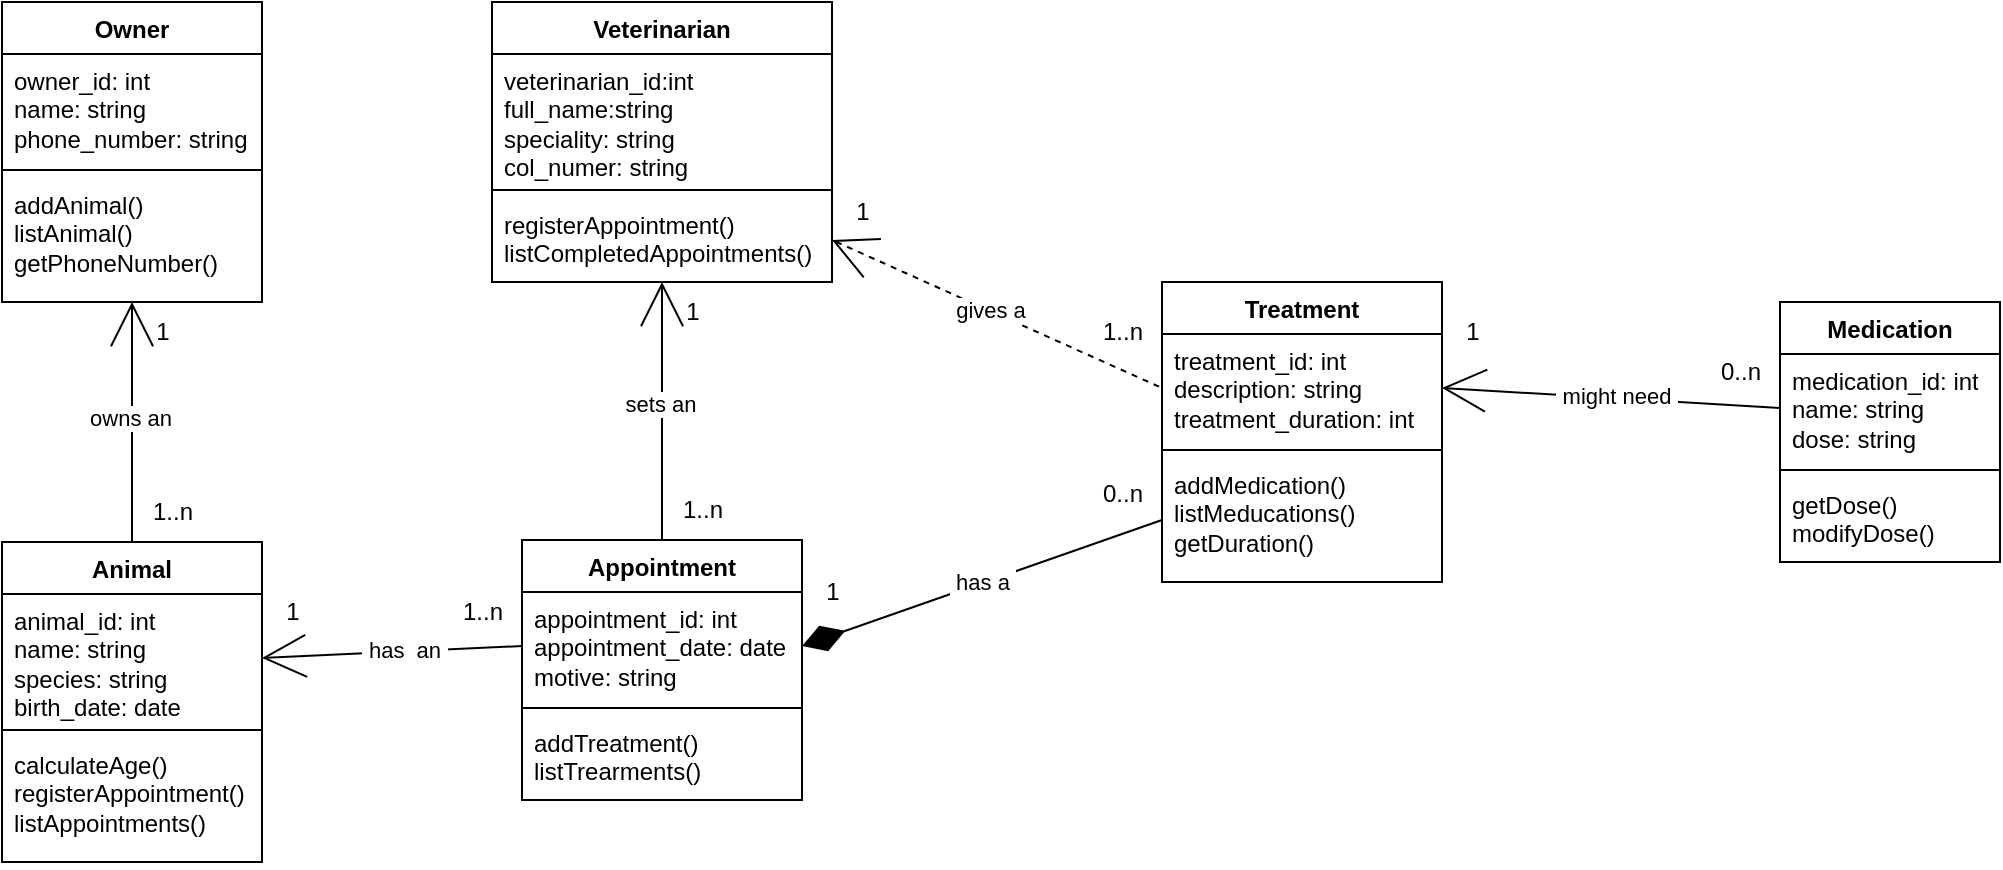
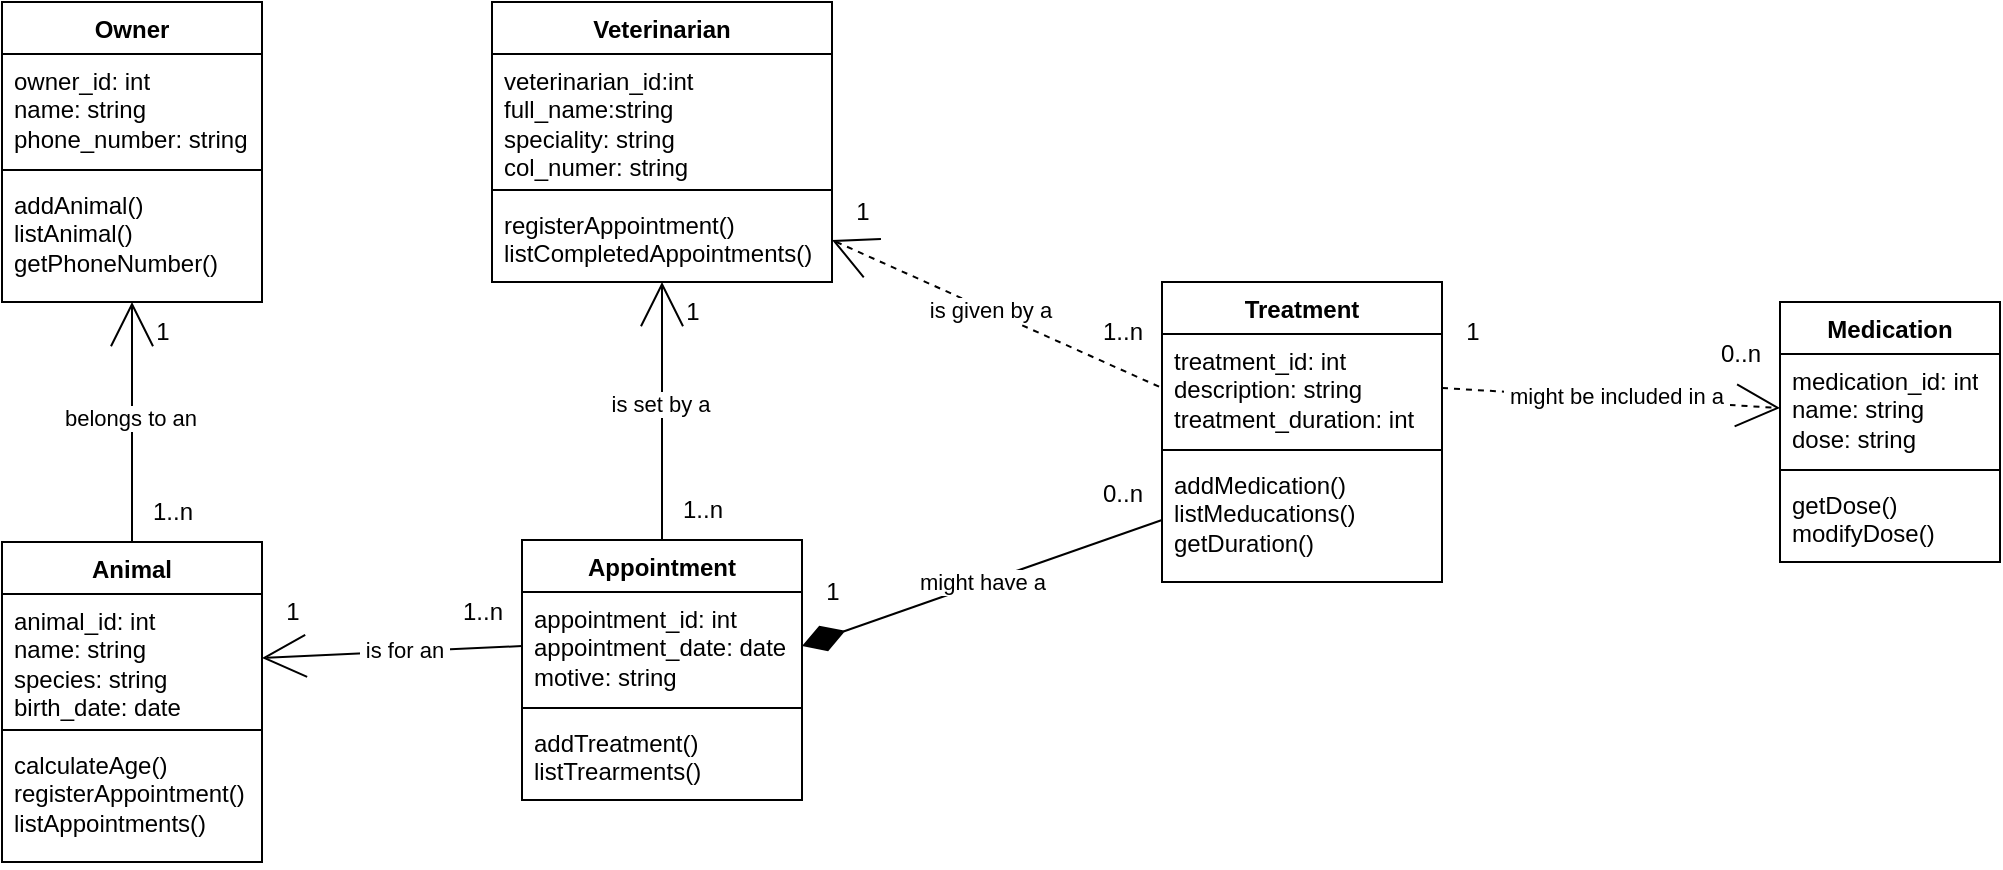
<mxfile host="65bd71144e">
    <diagram id="axSVuwfVg5h1MU_4vewx" name="Page-1">
-         <mxGraphModel dx="699" dy="787" grid="1" gridSize="10" guides="1" tooltips="1" connect="1" arrows="1" fold="1" page="1" pageScale="1" pageWidth="1169" pageHeight="827" math="0" shadow="0">
+         <mxGraphModel dx="1177" dy="787" grid="1" gridSize="10" guides="1" tooltips="1" connect="1" arrows="1" fold="1" page="1" pageScale="1" pageWidth="1169" pageHeight="827" math="0" shadow="0">
            <root>
                <mxCell id="0"/>
                <mxCell id="1" parent="0"/>
-                 <mxCell id="42" style="edgeStyle=none;html=1;entryX=0.5;entryY=0;entryDx=0;entryDy=0;endArrow=none;endFill=0;startArrow=open;startFill=0;startSize=20;" edge="1" parent="1" source="2" target="19">
+                 <mxCell id="42" style="edgeStyle=none;html=1;entryX=0.5;entryY=0;entryDx=0;entryDy=0;endArrow=none;endFill=0;startArrow=open;startFill=0;startSize=20;" parent="1" source="2" target="19" edge="1">
                    <mxGeometry relative="1" as="geometry"/>
                </mxCell>
-                 <mxCell id="43" value="&amp;nbsp;owns an&amp;nbsp;" style="edgeLabel;html=1;align=center;verticalAlign=middle;resizable=0;points=[];" vertex="1" connectable="0" parent="42">
+                 <mxCell id="43" value="&amp;nbsp;belongs to an&amp;nbsp;" style="edgeLabel;html=1;align=center;verticalAlign=middle;resizable=0;points=[];" parent="42" vertex="1" connectable="0">
                    <mxGeometry x="-0.0333" y="-1" relative="1" as="geometry">
                        <mxPoint as="offset"/>
                    </mxGeometry>
                </mxCell>
                <mxCell id="2" value="Owner" style="swimlane;fontStyle=1;align=center;verticalAlign=top;childLayout=stackLayout;horizontal=1;startSize=26;horizontalStack=0;resizeParent=1;resizeParentMax=0;resizeLast=0;collapsible=1;marginBottom=0;whiteSpace=wrap;html=1;" parent="1" vertex="1">
                    <mxGeometry x="85" y="199" width="130" height="150" as="geometry"/>
                </mxCell>
                <mxCell id="3" value="owner_id: int&lt;div&gt;name: string&lt;/div&gt;&lt;div&gt;phone_number: string&lt;/div&gt;" style="text;strokeColor=none;fillColor=none;align=left;verticalAlign=top;spacingLeft=4;spacingRight=4;overflow=hidden;rotatable=0;points=[[0,0.5],[1,0.5]];portConstraint=eastwest;whiteSpace=wrap;html=1;" parent="2" vertex="1">
                    <mxGeometry y="26" width="130" height="54" as="geometry"/>
                </mxCell>
                <mxCell id="4" value="" style="line;strokeWidth=1;fillColor=none;align=left;verticalAlign=middle;spacingTop=-1;spacingLeft=3;spacingRight=3;rotatable=0;labelPosition=right;points=[];portConstraint=eastwest;strokeColor=inherit;" parent="2" vertex="1">
                    <mxGeometry y="80" width="130" height="8" as="geometry"/>
                </mxCell>
                <mxCell id="5" value="addAnimal()&lt;div&gt;listAnimal()&lt;/div&gt;&lt;div&gt;getPhoneNumber()&lt;/div&gt;" style="text;strokeColor=none;fillColor=none;align=left;verticalAlign=top;spacingLeft=4;spacingRight=4;overflow=hidden;rotatable=0;points=[[0,0.5],[1,0.5]];portConstraint=eastwest;whiteSpace=wrap;html=1;" parent="2" vertex="1">
                    <mxGeometry y="88" width="130" height="62" as="geometry"/>
                </mxCell>
-                 <mxCell id="46" style="edgeStyle=none;html=1;entryX=0.5;entryY=0;entryDx=0;entryDy=0;endArrow=none;endFill=0;startArrow=open;startFill=0;endSize=20;startSize=20;" edge="1" parent="1" source="6" target="31">
+                 <mxCell id="46" style="edgeStyle=none;html=1;entryX=0.5;entryY=0;entryDx=0;entryDy=0;endArrow=none;endFill=0;startArrow=open;startFill=0;endSize=20;startSize=20;" parent="1" source="6" target="31" edge="1">
                    <mxGeometry relative="1" as="geometry"/>
                </mxCell>
-                 <mxCell id="47" value="&amp;nbsp;sets an&amp;nbsp;" style="edgeLabel;html=1;align=center;verticalAlign=middle;resizable=0;points=[];" vertex="1" connectable="0" parent="46">
+                 <mxCell id="47" value="&amp;nbsp;is set by a&amp;nbsp;" style="edgeLabel;html=1;align=center;verticalAlign=middle;resizable=0;points=[];" parent="46" vertex="1" connectable="0">
                    <mxGeometry x="-0.0594" y="-1" relative="1" as="geometry">
                        <mxPoint as="offset"/>
                    </mxGeometry>
                </mxCell>
                <mxCell id="6" value="Veterinarian" style="swimlane;fontStyle=1;align=center;verticalAlign=top;childLayout=stackLayout;horizontal=1;startSize=26;horizontalStack=0;resizeParent=1;resizeParentMax=0;resizeLast=0;collapsible=1;marginBottom=0;whiteSpace=wrap;html=1;" parent="1" vertex="1">
                    <mxGeometry x="330" y="199" width="170" height="140" as="geometry"/>
                </mxCell>
                <mxCell id="7" value="veterinarian_id:int&lt;div&gt;full_name:string&lt;/div&gt;&lt;div&gt;speciality: string&lt;/div&gt;&lt;div&gt;col_numer: string&lt;/div&gt;" style="text;strokeColor=none;fillColor=none;align=left;verticalAlign=top;spacingLeft=4;spacingRight=4;overflow=hidden;rotatable=0;points=[[0,0.5],[1,0.5]];portConstraint=eastwest;whiteSpace=wrap;html=1;" parent="6" vertex="1">
                    <mxGeometry y="26" width="170" height="64" as="geometry"/>
                </mxCell>
                <mxCell id="8" value="" style="line;strokeWidth=1;fillColor=none;align=left;verticalAlign=middle;spacingTop=-1;spacingLeft=3;spacingRight=3;rotatable=0;labelPosition=right;points=[];portConstraint=eastwest;strokeColor=inherit;" parent="6" vertex="1">
                    <mxGeometry y="90" width="170" height="8" as="geometry"/>
                </mxCell>
                <mxCell id="9" value="registerAppointment()&lt;div&gt;listCompletedAppointments()&lt;/div&gt;" style="text;strokeColor=none;fillColor=none;align=left;verticalAlign=top;spacingLeft=4;spacingRight=4;overflow=hidden;rotatable=0;points=[[0,0.5],[1,0.5]];portConstraint=eastwest;whiteSpace=wrap;html=1;" parent="6" vertex="1">
                    <mxGeometry y="98" width="170" height="42" as="geometry"/>
                </mxCell>
                <mxCell id="15" value="Treatment" style="swimlane;fontStyle=1;align=center;verticalAlign=top;childLayout=stackLayout;horizontal=1;startSize=26;horizontalStack=0;resizeParent=1;resizeParentMax=0;resizeLast=0;collapsible=1;marginBottom=0;whiteSpace=wrap;html=1;" parent="1" vertex="1">
                    <mxGeometry x="665" y="339" width="140" height="150" as="geometry"/>
                </mxCell>
                <mxCell id="16" value="treatment_id: int&lt;div&gt;description: string&lt;/div&gt;&lt;div&gt;treatment_duration: int&lt;/div&gt;" style="text;strokeColor=none;fillColor=none;align=left;verticalAlign=top;spacingLeft=4;spacingRight=4;overflow=hidden;rotatable=0;points=[[0,0.5],[1,0.5]];portConstraint=eastwest;whiteSpace=wrap;html=1;" parent="15" vertex="1">
                    <mxGeometry y="26" width="140" height="54" as="geometry"/>
                </mxCell>
                <mxCell id="17" value="" style="line;strokeWidth=1;fillColor=none;align=left;verticalAlign=middle;spacingTop=-1;spacingLeft=3;spacingRight=3;rotatable=0;labelPosition=right;points=[];portConstraint=eastwest;strokeColor=inherit;" parent="15" vertex="1">
                    <mxGeometry y="80" width="140" height="8" as="geometry"/>
                </mxCell>
                <mxCell id="18" value="addMedication()&lt;div&gt;listMeducations()&lt;/div&gt;&lt;div&gt;getDuration()&lt;/div&gt;" style="text;strokeColor=none;fillColor=none;align=left;verticalAlign=top;spacingLeft=4;spacingRight=4;overflow=hidden;rotatable=0;points=[[0,0.5],[1,0.5]];portConstraint=eastwest;whiteSpace=wrap;html=1;" parent="15" vertex="1">
                    <mxGeometry y="88" width="140" height="62" as="geometry"/>
                </mxCell>
                <mxCell id="19" value="Animal" style="swimlane;fontStyle=1;align=center;verticalAlign=top;childLayout=stackLayout;horizontal=1;startSize=26;horizontalStack=0;resizeParent=1;resizeParentMax=0;resizeLast=0;collapsible=1;marginBottom=0;whiteSpace=wrap;html=1;" parent="1" vertex="1">
                    <mxGeometry x="85" y="469" width="130" height="160" as="geometry"/>
                </mxCell>
                <mxCell id="20" value="animal_id: int&lt;div&gt;name: string&lt;/div&gt;&lt;div&gt;species: string&lt;/div&gt;&lt;div&gt;birth_date: date&lt;/div&gt;" style="text;strokeColor=none;fillColor=none;align=left;verticalAlign=top;spacingLeft=4;spacingRight=4;overflow=hidden;rotatable=0;points=[[0,0.5],[1,0.5]];portConstraint=eastwest;whiteSpace=wrap;html=1;" parent="19" vertex="1">
                    <mxGeometry y="26" width="130" height="64" as="geometry"/>
                </mxCell>
                <mxCell id="21" value="" style="line;strokeWidth=1;fillColor=none;align=left;verticalAlign=middle;spacingTop=-1;spacingLeft=3;spacingRight=3;rotatable=0;labelPosition=right;points=[];portConstraint=eastwest;strokeColor=inherit;" parent="19" vertex="1">
                    <mxGeometry y="90" width="130" height="8" as="geometry"/>
                </mxCell>
                <mxCell id="22" value="calculateAge()&lt;div&gt;registerAppointment()&lt;/div&gt;&lt;div&gt;listAppointments()&lt;/div&gt;" style="text;strokeColor=none;fillColor=none;align=left;verticalAlign=top;spacingLeft=4;spacingRight=4;overflow=hidden;rotatable=0;points=[[0,0.5],[1,0.5]];portConstraint=eastwest;whiteSpace=wrap;html=1;" parent="19" vertex="1">
                    <mxGeometry y="98" width="130" height="62" as="geometry"/>
                </mxCell>
                <mxCell id="23" value="Medication" style="swimlane;fontStyle=1;align=center;verticalAlign=top;childLayout=stackLayout;horizontal=1;startSize=26;horizontalStack=0;resizeParent=1;resizeParentMax=0;resizeLast=0;collapsible=1;marginBottom=0;whiteSpace=wrap;html=1;swimlaneFillColor=none;" parent="1" vertex="1">
                    <mxGeometry x="974" y="349" width="110" height="130" as="geometry"/>
                </mxCell>
                <mxCell id="24" value="medication_id: int&lt;div&gt;name: string&lt;/div&gt;&lt;div&gt;dose: string&lt;/div&gt;" style="text;align=left;verticalAlign=top;spacingLeft=4;spacingRight=4;overflow=hidden;rotatable=0;points=[[0,0.5],[1,0.5]];portConstraint=eastwest;whiteSpace=wrap;html=1;" parent="23" vertex="1">
                    <mxGeometry y="26" width="110" height="54" as="geometry"/>
                </mxCell>
                <mxCell id="25" value="" style="line;strokeWidth=1;fillColor=none;align=left;verticalAlign=middle;spacingTop=-1;spacingLeft=3;spacingRight=3;rotatable=0;labelPosition=right;points=[];portConstraint=eastwest;strokeColor=inherit;" parent="23" vertex="1">
                    <mxGeometry y="80" width="110" height="8" as="geometry"/>
                </mxCell>
                <mxCell id="26" value="getDose()&lt;div&gt;modifyDose()&lt;/div&gt;" style="text;strokeColor=none;fillColor=none;align=left;verticalAlign=top;spacingLeft=4;spacingRight=4;overflow=hidden;rotatable=0;points=[[0,0.5],[1,0.5]];portConstraint=eastwest;whiteSpace=wrap;html=1;" parent="23" vertex="1">
                    <mxGeometry y="88" width="110" height="42" as="geometry"/>
                </mxCell>
                <mxCell id="31" value="Appointment" style="swimlane;fontStyle=1;align=center;verticalAlign=top;childLayout=stackLayout;horizontal=1;startSize=26;horizontalStack=0;resizeParent=1;resizeParentMax=0;resizeLast=0;collapsible=1;marginBottom=0;whiteSpace=wrap;html=1;" parent="1" vertex="1">
                    <mxGeometry x="345" y="468" width="140" height="130" as="geometry"/>
                </mxCell>
                <mxCell id="32" value="appointment_id: int&lt;div&gt;appointment_date: date&lt;/div&gt;&lt;div&gt;motive: string&lt;/div&gt;" style="text;strokeColor=none;fillColor=none;align=left;verticalAlign=top;spacingLeft=4;spacingRight=4;overflow=hidden;rotatable=0;points=[[0,0.5],[1,0.5]];portConstraint=eastwest;whiteSpace=wrap;html=1;" parent="31" vertex="1">
                    <mxGeometry y="26" width="140" height="54" as="geometry"/>
                </mxCell>
                <mxCell id="33" value="" style="line;strokeWidth=1;fillColor=none;align=left;verticalAlign=middle;spacingTop=-1;spacingLeft=3;spacingRight=3;rotatable=0;labelPosition=right;points=[];portConstraint=eastwest;strokeColor=inherit;" parent="31" vertex="1">
                    <mxGeometry y="80" width="140" height="8" as="geometry"/>
                </mxCell>
                <mxCell id="34" value="addTreatment()&lt;div&gt;listTrearments()&lt;/div&gt;" style="text;strokeColor=none;fillColor=none;align=left;verticalAlign=top;spacingLeft=4;spacingRight=4;overflow=hidden;rotatable=0;points=[[0,0.5],[1,0.5]];portConstraint=eastwest;whiteSpace=wrap;html=1;" parent="31" vertex="1">
                    <mxGeometry y="88" width="140" height="42" as="geometry"/>
                </mxCell>
-                 <mxCell id="44" value="1" style="text;html=1;align=center;verticalAlign=middle;resizable=0;points=[];autosize=1;strokeColor=none;fillColor=none;" vertex="1" parent="1">
+                 <mxCell id="44" value="1" style="text;html=1;align=center;verticalAlign=middle;resizable=0;points=[];autosize=1;strokeColor=none;fillColor=none;" parent="1" vertex="1">
                    <mxGeometry x="150" y="349" width="30" height="30" as="geometry"/>
                </mxCell>
-                 <mxCell id="45" value="1..n" style="text;html=1;align=center;verticalAlign=middle;resizable=0;points=[];autosize=1;strokeColor=none;fillColor=none;" vertex="1" parent="1">
+                 <mxCell id="45" value="1..n" style="text;html=1;align=center;verticalAlign=middle;resizable=0;points=[];autosize=1;strokeColor=none;fillColor=none;" parent="1" vertex="1">
                    <mxGeometry x="150" y="439" width="40" height="30" as="geometry"/>
                </mxCell>
-                 <mxCell id="50" style="edgeStyle=none;html=1;exitX=1;exitY=0.5;exitDx=0;exitDy=0;entryX=0;entryY=0.5;entryDx=0;entryDy=0;endArrow=none;endFill=0;startArrow=open;startFill=0;startSize=20;endSize=6;" edge="1" parent="1" source="20" target="32">
+                 <mxCell id="50" style="edgeStyle=none;html=1;exitX=1;exitY=0.5;exitDx=0;exitDy=0;entryX=0;entryY=0.5;entryDx=0;entryDy=0;endArrow=none;endFill=0;startArrow=open;startFill=0;startSize=20;endSize=6;" parent="1" source="20" target="32" edge="1">
                    <mxGeometry relative="1" as="geometry"/>
                </mxCell>
-                 <mxCell id="52" value="&amp;nbsp;has&amp;nbsp; an&amp;nbsp;" style="edgeLabel;html=1;align=center;verticalAlign=middle;resizable=0;points=[];" vertex="1" connectable="0" parent="50">
+                 <mxCell id="52" value="&amp;nbsp;is for an&amp;nbsp;" style="edgeLabel;html=1;align=center;verticalAlign=middle;resizable=0;points=[];" parent="50" vertex="1" connectable="0">
                    <mxGeometry x="0.0826" y="1" relative="1" as="geometry">
                        <mxPoint as="offset"/>
                    </mxGeometry>
                </mxCell>
-                 <mxCell id="53" value="1" style="text;html=1;align=center;verticalAlign=middle;resizable=0;points=[];autosize=1;strokeColor=none;fillColor=none;" vertex="1" parent="1">
+                 <mxCell id="53" value="1" style="text;html=1;align=center;verticalAlign=middle;resizable=0;points=[];autosize=1;strokeColor=none;fillColor=none;" parent="1" vertex="1">
                    <mxGeometry x="215" y="489" width="30" height="30" as="geometry"/>
                </mxCell>
-                 <mxCell id="54" value="1..n" style="text;html=1;align=center;verticalAlign=middle;resizable=0;points=[];autosize=1;strokeColor=none;fillColor=none;" vertex="1" parent="1">
+                 <mxCell id="54" value="1..n" style="text;html=1;align=center;verticalAlign=middle;resizable=0;points=[];autosize=1;strokeColor=none;fillColor=none;" parent="1" vertex="1">
                    <mxGeometry x="305" y="489" width="40" height="30" as="geometry"/>
                </mxCell>
-                 <mxCell id="55" value="1" style="text;html=1;align=center;verticalAlign=middle;resizable=0;points=[];autosize=1;strokeColor=none;fillColor=none;" vertex="1" parent="1">
+                 <mxCell id="55" value="1" style="text;html=1;align=center;verticalAlign=middle;resizable=0;points=[];autosize=1;strokeColor=none;fillColor=none;" parent="1" vertex="1">
                    <mxGeometry x="415" y="339" width="30" height="30" as="geometry"/>
                </mxCell>
-                 <mxCell id="56" value="1..n" style="text;html=1;align=center;verticalAlign=middle;resizable=0;points=[];autosize=1;strokeColor=none;fillColor=none;" vertex="1" parent="1">
+                 <mxCell id="56" value="1..n" style="text;html=1;align=center;verticalAlign=middle;resizable=0;points=[];autosize=1;strokeColor=none;fillColor=none;" parent="1" vertex="1">
                    <mxGeometry x="415" y="438" width="40" height="30" as="geometry"/>
                </mxCell>
-                 <mxCell id="57" style="edgeStyle=none;html=1;exitX=1;exitY=0.5;exitDx=0;exitDy=0;entryX=0;entryY=0.5;entryDx=0;entryDy=0;endArrow=none;endFill=0;startArrow=open;startFill=0;dashed=1;startSize=20;" edge="1" parent="1" source="9" target="16">
+                 <mxCell id="57" style="edgeStyle=none;html=1;exitX=1;exitY=0.5;exitDx=0;exitDy=0;entryX=0;entryY=0.5;entryDx=0;entryDy=0;endArrow=none;endFill=0;startArrow=open;startFill=0;dashed=1;startSize=20;" parent="1" source="9" target="16" edge="1">
                    <mxGeometry relative="1" as="geometry"/>
                </mxCell>
-                 <mxCell id="59" value="&amp;nbsp;gives a&amp;nbsp;" style="edgeLabel;html=1;align=center;verticalAlign=middle;resizable=0;points=[];" vertex="1" connectable="0" parent="57">
+                 <mxCell id="59" value="&amp;nbsp;is given by a&amp;nbsp;" style="edgeLabel;html=1;align=center;verticalAlign=middle;resizable=0;points=[];" parent="57" vertex="1" connectable="0">
                    <mxGeometry x="-0.0491" y="1" relative="1" as="geometry">
                        <mxPoint as="offset"/>
                    </mxGeometry>
                </mxCell>
-                 <mxCell id="58" style="edgeStyle=none;html=1;exitX=1;exitY=0.5;exitDx=0;exitDy=0;entryX=0;entryY=0.5;entryDx=0;entryDy=0;endArrow=none;endFill=0;startArrow=diamondThin;startFill=1;endSize=6;startSize=20;" edge="1" parent="1" source="32" target="18">
+                 <mxCell id="58" style="edgeStyle=none;html=1;exitX=1;exitY=0.5;exitDx=0;exitDy=0;entryX=0;entryY=0.5;entryDx=0;entryDy=0;endArrow=none;endFill=0;startArrow=diamondThin;startFill=1;endSize=6;startSize=20;" parent="1" source="32" target="18" edge="1">
                    <mxGeometry relative="1" as="geometry"/>
                </mxCell>
-                 <mxCell id="60" value="&amp;nbsp;has a&amp;nbsp;" style="edgeLabel;html=1;align=center;verticalAlign=middle;resizable=0;points=[];" vertex="1" connectable="0" parent="58">
+                 <mxCell id="60" value="&amp;nbsp;might have a&amp;nbsp;" style="edgeLabel;html=1;align=center;verticalAlign=middle;resizable=0;points=[];" parent="58" vertex="1" connectable="0">
                    <mxGeometry x="0.0036" relative="1" as="geometry">
                        <mxPoint y="-1" as="offset"/>
                    </mxGeometry>
                </mxCell>
-                 <mxCell id="61" value="0..n" style="text;html=1;align=center;verticalAlign=middle;resizable=0;points=[];autosize=1;strokeColor=none;fillColor=none;" vertex="1" parent="1">
+                 <mxCell id="61" value="0..n" style="text;html=1;align=center;verticalAlign=middle;resizable=0;points=[];autosize=1;strokeColor=none;fillColor=none;" parent="1" vertex="1">
                    <mxGeometry x="625" y="430" width="40" height="30" as="geometry"/>
                </mxCell>
-                 <mxCell id="62" value="1" style="text;html=1;align=center;verticalAlign=middle;resizable=0;points=[];autosize=1;strokeColor=none;fillColor=none;" vertex="1" parent="1">
+                 <mxCell id="62" value="1" style="text;html=1;align=center;verticalAlign=middle;resizable=0;points=[];autosize=1;strokeColor=none;fillColor=none;" parent="1" vertex="1">
                    <mxGeometry x="485" y="479" width="30" height="30" as="geometry"/>
                </mxCell>
-                 <mxCell id="63" value="1" style="text;html=1;align=center;verticalAlign=middle;resizable=0;points=[];autosize=1;strokeColor=none;fillColor=none;" vertex="1" parent="1">
+                 <mxCell id="63" value="1" style="text;html=1;align=center;verticalAlign=middle;resizable=0;points=[];autosize=1;strokeColor=none;fillColor=none;" parent="1" vertex="1">
                    <mxGeometry x="500" y="289" width="30" height="30" as="geometry"/>
                </mxCell>
-                 <mxCell id="64" value="1..n" style="text;html=1;align=center;verticalAlign=middle;resizable=0;points=[];autosize=1;strokeColor=none;fillColor=none;" vertex="1" parent="1">
+                 <mxCell id="64" value="1..n" style="text;html=1;align=center;verticalAlign=middle;resizable=0;points=[];autosize=1;strokeColor=none;fillColor=none;" parent="1" vertex="1">
                    <mxGeometry x="625" y="349" width="40" height="30" as="geometry"/>
                </mxCell>
-                 <mxCell id="66" style="edgeStyle=none;html=1;exitX=1;exitY=0.5;exitDx=0;exitDy=0;entryX=0;entryY=0.5;entryDx=0;entryDy=0;endArrow=none;endFill=0;startArrow=open;startFill=0;startSize=20;" edge="1" parent="1" source="16" target="24">
+                 <mxCell id="66" style="edgeStyle=none;html=1;exitX=1;exitY=0.5;exitDx=0;exitDy=0;entryX=0;entryY=0.5;entryDx=0;entryDy=0;endArrow=open;endFill=0;startArrow=none;startFill=0;startSize=20;endSize=20;dashed=1;" parent="1" source="16" target="24" edge="1">
                    <mxGeometry relative="1" as="geometry"/>
                </mxCell>
-                 <mxCell id="68" value="&amp;nbsp;might need&amp;nbsp;" style="edgeLabel;html=1;align=center;verticalAlign=middle;resizable=0;points=[];" vertex="1" connectable="0" parent="66">
+                 <mxCell id="68" value="&amp;nbsp;might be included in a&amp;nbsp;" style="edgeLabel;html=1;align=center;verticalAlign=middle;resizable=0;points=[];" parent="66" vertex="1" connectable="0">
                    <mxGeometry x="0.0198" y="1" relative="1" as="geometry">
                        <mxPoint as="offset"/>
                    </mxGeometry>
                </mxCell>
-                 <mxCell id="69" value="1" style="text;html=1;align=center;verticalAlign=middle;resizable=0;points=[];autosize=1;strokeColor=none;fillColor=none;" vertex="1" parent="1">
+                 <mxCell id="69" value="1" style="text;html=1;align=center;verticalAlign=middle;resizable=0;points=[];autosize=1;strokeColor=none;fillColor=none;" parent="1" vertex="1">
                    <mxGeometry x="805" y="349" width="30" height="30" as="geometry"/>
                </mxCell>
-                 <mxCell id="70" value="0..n" style="text;html=1;align=center;verticalAlign=middle;resizable=0;points=[];autosize=1;strokeColor=none;fillColor=none;" vertex="1" parent="1">
-                     <mxGeometry x="934" y="369" width="40" height="30" as="geometry"/>
+                 <mxCell id="70" value="0..n" style="text;html=1;align=center;verticalAlign=middle;resizable=0;points=[];autosize=1;strokeColor=none;fillColor=none;" parent="1" vertex="1">
+                     <mxGeometry x="934" y="360" width="40" height="30" as="geometry"/>
                </mxCell>
            </root>
        </mxGraphModel>
    </diagram>
</mxfile>